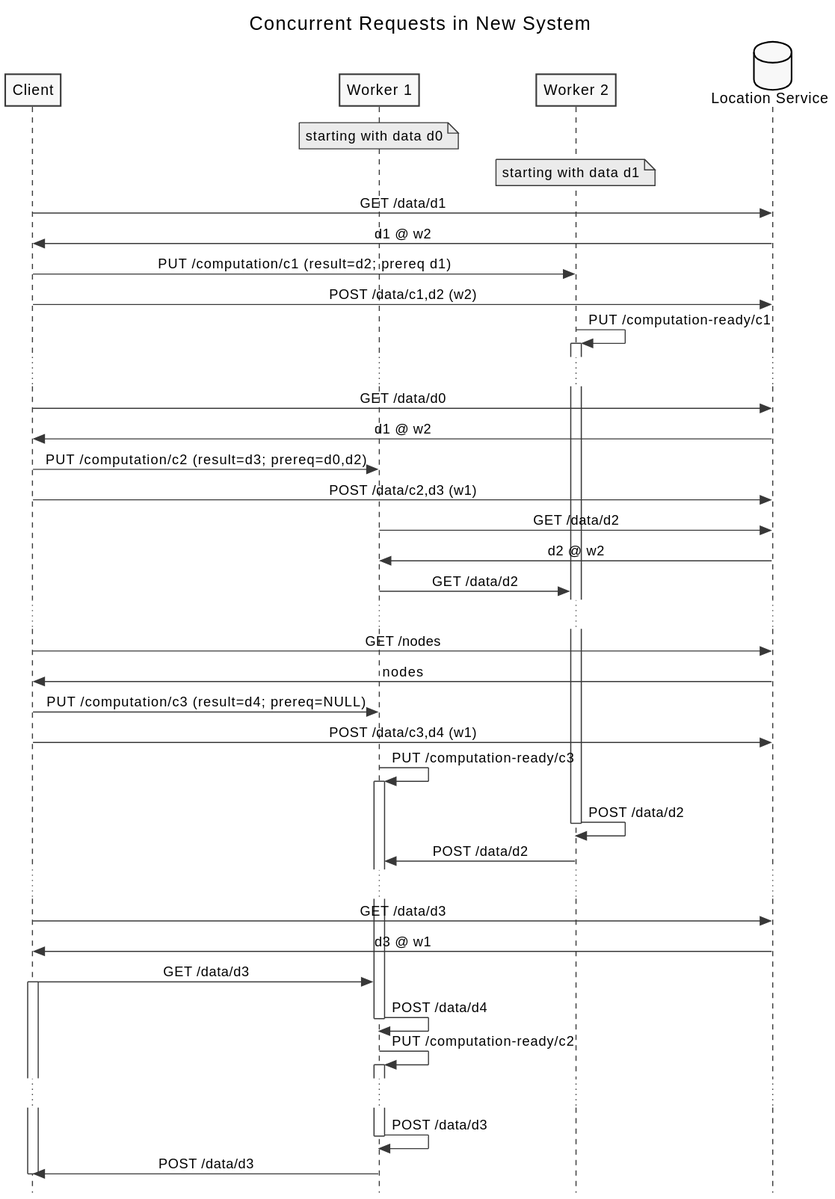
The PlantUML diagram research/sysinteract.svg in jcai849/jcai849.github.io, before a commit.
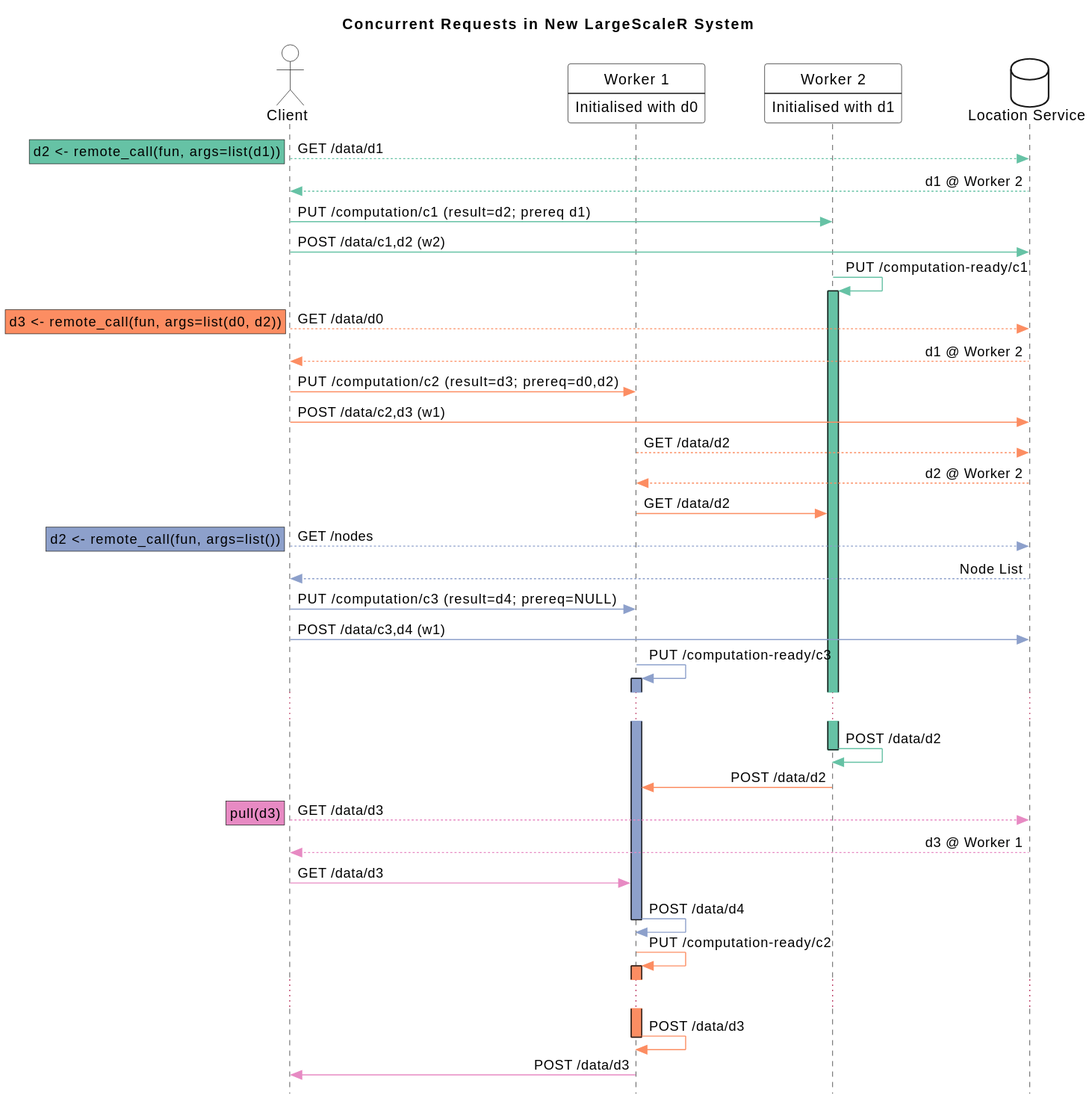
Later version of the same file.

The edit, as a diff of the source:
```diff
@@ -1,56 +1,57 @@
 @startuml
-skinparam monochrome true
 skinparam shadowing false
 skinparam style strictuml
 skinparam LifelineStrategy nosolid
-skinparam sequenceMessageAlign center
-title Concurrent Requests in New System
+skinparam sequenceMessageAlign direction
 
-participant Client as c
-participant "Worker 1" as w1
-participant "Worker 2" as w2
-database "Location Service" as ls
+title Concurrent Requests in New LargeScaleR System
 
-note over w1: starting with data d0
-note over w2: starting with data d1
+actor Client as c #white
+participant "Worker 1\n----\nInitialised with d0" as w1 #white
+participant "Worker 2\n----\nInitialised with d1" as w2 #white
+database "Location Service" as ls #white
 
-c -> ls: GET /data/d1
-ls -> c: d1 @ w2
-c -> w2: PUT /computation/c1 (result=d2; prereq d1)
-c -> ls: POST /data/c1,d2 (w2)
-w2 -> w2: PUT /computation-ready/c1
-activate w2
+
+c --[#66c2a5]> ls: GET /data/d1
+rnote left #66c2a5: d2 <- remote_call(fun, args=list(d1))
+ls --[#66c2a5]> c: d1 @ Worker 2
+c -[#66c2a5]> w2: PUT /computation/c1 (result=d2; prereq d1)
+c -[#66c2a5]> ls: POST /data/c1,d2 (w2)
+w2 -[#66c2a5]> w2: PUT /computation-ready/c1
+activate w2 #66c2a5
+
+c --[#fc8d62]> ls: GET /data/d0
+rnote left #fc8d62: d3 <- remote_call(fun, args=list(d0, d2))
+ls --[#fc8d62]> c: d1 @ Worker 2
+c -[#fc8d62]> w1: PUT /computation/c2 (result=d3; prereq=d0,d2)
+c -[#fc8d62]> ls: POST /data/c2,d3 (w1)
+w1 --[#fc8d62]> ls: GET /data/d2
+ls --[#fc8d62]> w1: d2 @ Worker 2
+w1 -[#fc8d62]> w2: GET /data/d2
+
+c --[#8da0cb]> ls: GET /nodes
+rnote left #8da0cb: d2 <- remote_call(fun, args=list())
+ls --[#8da0cb]> c: Node List
+c -[#8da0cb]> w1: PUT /computation/c3 (result=d4; prereq=NULL)
+c -[#8da0cb]> ls: POST /data/c3,d4 (w1)
+w1 -[#8da0cb]> w1: PUT /computation-ready/c3
+activate w1 #8da0cb
 ...
-c -> ls: GET /data/d0
-ls -> c: d1 @ w2
-c -> w1: PUT /computation/c2 (result=d3; prereq=d0,d2)
-c -> ls: POST /data/c2,d3 (w1)
-w1 -> ls: GET /data/d2
-ls -> w1: d2 @ w2
-w1 -> w2: GET /data/d2
+w2 -[#66c2a5]> w2: POST /data/d2
+deactivate w2
+w2 -[#fc8d62]> w1: POST /data/d2
+
+c --[#e78ac3]> ls: GET /data/d3
+rnote left #e78ac3: pull(d3)
+ls --[#e78ac3]> c: d3 @ Worker 1
+c -[#e78ac3]> w1: GET /data/d3
+w1 -[#8da0cb]> w1: POST /data/d4
+deactivate w1
+w1 -[#fc8d62]> w1: PUT /computation-ready/c2
+activate w1 #fc8d62
 ...
-c -> ls: GET /nodes
-ls -> c: nodes
-c -> w1: PUT /computation/c3 (result=d4; prereq=NULL)
-c -> ls: POST /data/c3,d4 (w1)
-w1 -> w1: PUT /computation-ready/c3
-activate w1
-w2 -> w2: POST /data/d2
-deactivate w2
-w2 -> w1: POST /data/d2
-...
-c -> ls: GET /data/d3
-ls -> c: d3 @ w1
-c -> w1: GET /data/d3
-activate c
-w1 -> w1: POST /data/d4
+w1 -[#fc8d62]> w1: POST /data/d3
 deactivate w1
-w1 -> w1: PUT /computation-ready/c2
-activate w1
-...
-w1 -> w1: POST /data/d3
-deactivate w1
-w1 -> c: POST /data/d3
-deactivate c
+w1 -[#e78ac3]> c: POST /data/d3
 
 @enduml
```
